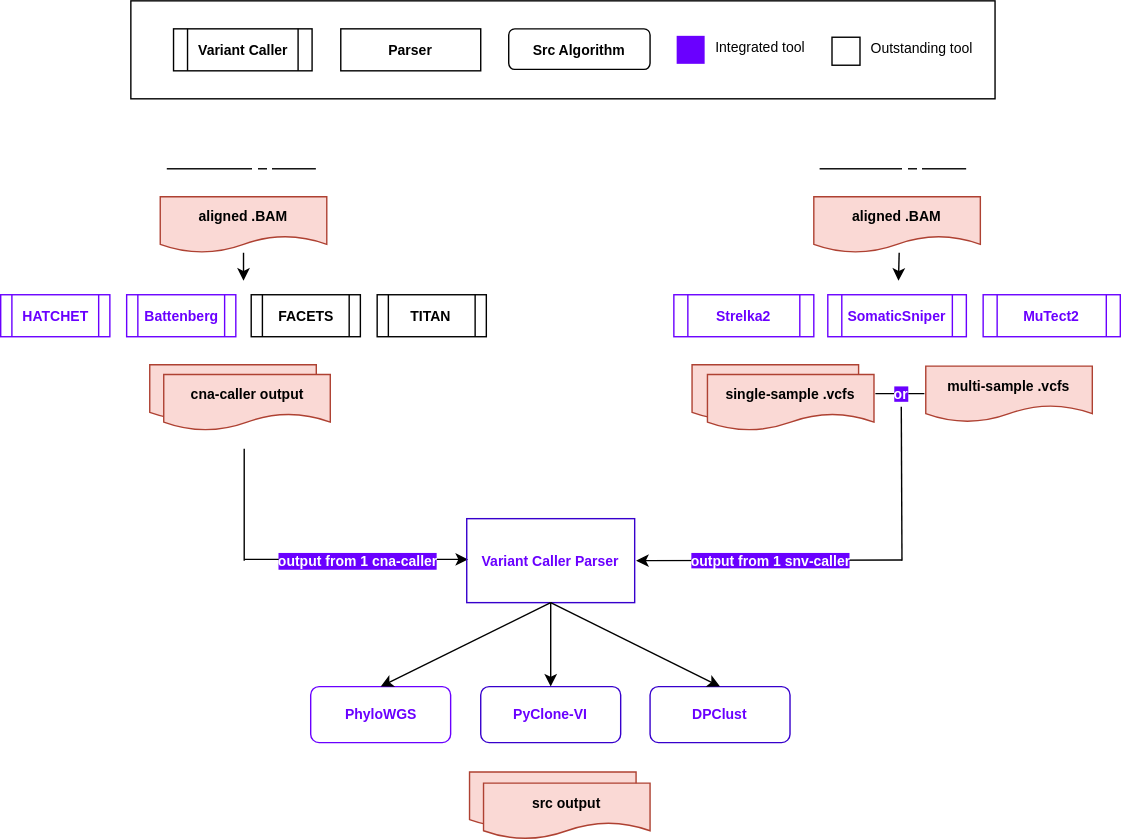
The draw.io diagram plots/proj-seed_workflow.drawio.svg in uclahs-cds/project-method-AlgorithmEvaluation-BNCH-000082-SRCRNDSeed, before a commit. Source tidied: cells renumbered, new cells last; positions are measured from the earlier drawing's top-left corner, leaving out a move shared by most shapes.
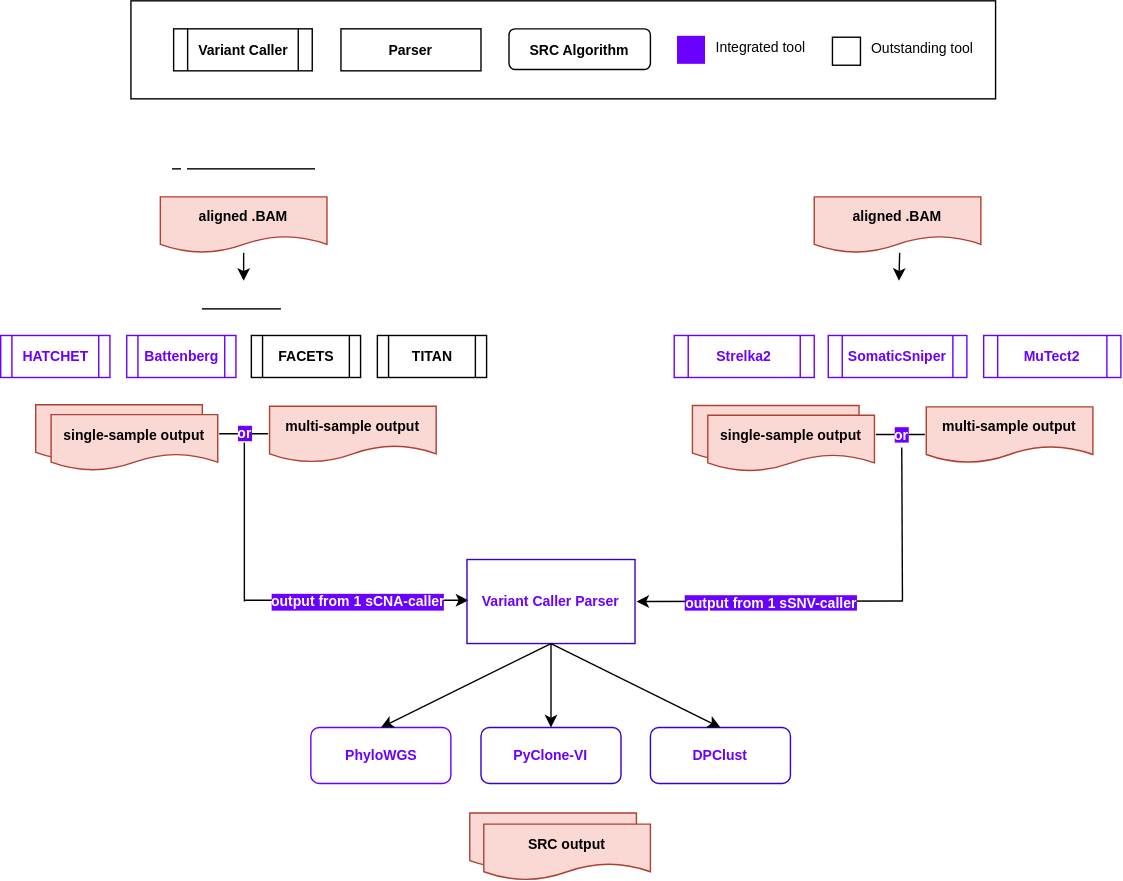
Later version of the same file.

Commit message:
Change pipeline labels

Diff of the diagram source:
```diff
@@ -4,20 +4,20 @@
     <mxCell id="1" parent="0" />
     <mxCell id="2" style="edgeStyle=none;html=1;fontSize=12;" parent="1" edge="1" source="3">
       <mxGeometry relative="1" as="geometry">
-        <mxPoint x="173.5" y="200" as="targetPoint" />
+        <mxPoint x="173.5" y="171" as="targetPoint" />
       </mxGeometry>
     </mxCell>
     <mxCell id="3" value="&lt;font style=&quot;font-size: 10px&quot; color=&quot;#000000&quot;&gt;&lt;b&gt;aligned .BAM&lt;/b&gt;&lt;/font&gt;" style="shape=document;whiteSpace=wrap;html=1;boundedLbl=1;fontSize=12;fillColor=#fad9d5;strokeColor=#ae4132;" parent="1" vertex="1">
-      <mxGeometry x="114" y="140" width="119" height="40" as="geometry" />
+      <mxGeometry x="114" y="111" width="119" height="40" as="geometry" />
     </mxCell>
     <mxCell id="4" style="edgeStyle=none;html=1;fontSize=12;" parent="1" edge="1">
       <mxGeometry relative="1" as="geometry">
-        <mxPoint x="642" y="180" as="sourcePoint" />
-        <mxPoint x="641.5" y="200" as="targetPoint" />
+        <mxPoint x="642" y="151" as="sourcePoint" />
+        <mxPoint x="641.5" y="171" as="targetPoint" />
       </mxGeometry>
     </mxCell>
     <mxCell id="5" value="&lt;font style=&quot;font-size: 10px&quot; color=&quot;#000000&quot;&gt;&lt;b&gt;aligned .BAM&lt;/b&gt;&lt;/font&gt;" style="shape=document;whiteSpace=wrap;html=1;boundedLbl=1;fontSize=12;fillColor=#fad9d5;strokeColor=#ae4132;" parent="1" vertex="1">
-      <mxGeometry x="581" y="140" width="119" height="40" as="geometry" />
+      <mxGeometry x="581" y="111" width="119" height="40" as="geometry" />
     </mxCell>
     <mxCell id="6" value="&lt;font style=&quot;font-size: 10px&quot; color=&quot;#6a00ff&quot;&gt;&lt;b&gt;HATCHET&lt;/b&gt;&lt;/font&gt;" style="shape=process;whiteSpace=wrap;html=1;backgroundOutline=1;fontSize=12;fillColor=none;strokeColor=#6A00FF;" parent="1" vertex="1">
       <mxGeometry y="210" width="78" height="30" as="geometry" />
@@ -40,19 +40,13 @@
     <mxCell id="12" value="&lt;font style=&quot;font-size: 10px&quot; color=&quot;#6a00ff&quot;&gt;&lt;b&gt;Strelka2&lt;/b&gt;&lt;/font&gt;" style="shape=process;whiteSpace=wrap;html=1;backgroundOutline=1;fontSize=12;fillColor=none;strokeColor=#6A00FF;" parent="1" vertex="1">
       <mxGeometry x="481" y="210" width="100" height="30" as="geometry" />
     </mxCell>
-    <mxCell id="13" style="shape=document;whiteSpace=wrap;html=1;boundedLbl=1;fontSize=12;fillColor=#fad9d5;strokeColor=#ae4132;" parent="1" vertex="1">
-      <mxGeometry x="106.5" y="260" width="119" height="40" as="geometry" />
-    </mxCell>
-    <mxCell id="14" value="&lt;font style=&quot;font-size: 10px&quot; color=&quot;#000000&quot;&gt;&lt;b&gt;cna-caller output&lt;/b&gt;&lt;/font&gt;" style="shape=document;whiteSpace=wrap;html=1;boundedLbl=1;fontSize=12;fillColor=#fad9d5;strokeColor=#ae4132;" parent="1" vertex="1">
-      <mxGeometry x="116.5" y="267" width="119" height="40" as="geometry" />
-    </mxCell>
-    <mxCell id="15" value="&lt;font style=&quot;font-size: 10px&quot; color=&quot;#000000&quot;&gt;&lt;b&gt;multi-sample .vcfs&lt;/b&gt;&lt;/font&gt;" style="shape=document;whiteSpace=wrap;html=1;boundedLbl=1;fontSize=12;fillColor=#fad9d5;strokeColor=#ae4132;" parent="1" vertex="1">
+    <mxCell id="15" value="&lt;font style=&quot;font-size: 10px&quot; color=&quot;#000000&quot;&gt;&lt;b&gt;multi-sample output&lt;/b&gt;&lt;/font&gt;" style="shape=document;whiteSpace=wrap;html=1;boundedLbl=1;fontSize=12;fillColor=#fad9d5;strokeColor=#ae4132;" parent="1" vertex="1">
       <mxGeometry x="661" y="261" width="119" height="40" as="geometry" />
     </mxCell>
     <mxCell id="16" style="shape=document;whiteSpace=wrap;html=1;boundedLbl=1;fontSize=12;fillColor=#fad9d5;strokeColor=#ae4132;" parent="1" vertex="1">
       <mxGeometry x="494" y="260" width="119" height="40" as="geometry" />
     </mxCell>
-    <mxCell id="17" value="&lt;span style=&quot;font-size: 10px&quot;&gt;&lt;b&gt;&lt;font color=&quot;#000000&quot;&gt;single-sample .vcfs&lt;/font&gt;&lt;/b&gt;&lt;/span&gt;" style="shape=document;whiteSpace=wrap;html=1;boundedLbl=1;fontSize=12;fillColor=#fad9d5;strokeColor=#ae4132;" parent="1" vertex="1">
+    <mxCell id="17" value="&lt;span style=&quot;font-size: 10px&quot;&gt;&lt;b&gt;&lt;font color=&quot;#000000&quot;&gt;single-sample output&lt;/font&gt;&lt;/b&gt;&lt;/span&gt;" style="shape=document;whiteSpace=wrap;html=1;boundedLbl=1;fontSize=12;fillColor=#fad9d5;strokeColor=#ae4132;" parent="1" vertex="1">
       <mxGeometry x="505" y="267" width="119" height="40" as="geometry" />
     </mxCell>
     <mxCell id="18" style="endArrow=classic;html=1;fontSize=10;" parent="1" edge="1">
@@ -61,13 +55,13 @@
         <mxPoint x="334" y="399.1" as="targetPoint" />
       </mxGeometry>
     </mxCell>
-    <mxCell id="19" value="&lt;b&gt;&lt;font color=&quot;#ffffff&quot;&gt;output from 1 cna-caller&lt;/font&gt;&lt;/b&gt;" style="edgeLabel;html=1;align=center;verticalAlign=middle;fontSize=10;labelBackgroundColor=#6A00FF;" parent="18" vertex="1">
+    <mxCell id="19" value="&lt;b&gt;&lt;font color=&quot;#ffffff&quot;&gt;output from 1 sCNA-caller&lt;/font&gt;&lt;/b&gt;" style="edgeLabel;html=1;align=center;verticalAlign=middle;fontSize=10;labelBackgroundColor=#6A00FF;" parent="18" vertex="1">
       <mxGeometry relative="1" as="geometry" />
     </mxCell>
     <mxCell id="20" style="endArrow=none;html=1;fontSize=10;" parent="1" edge="1">
       <mxGeometry relative="1" as="geometry">
         <mxPoint x="174" y="400" as="sourcePoint" />
-        <mxPoint x="174" y="320" as="targetPoint" />
+        <mxPoint x="174" y="280" as="targetPoint" />
       </mxGeometry>
     </mxCell>
     <mxCell id="21" style="endArrow=classic;html=1;fontSize=10;entryX=1;entryY=0.5;entryDx=0;entryDy=0;labelBackgroundColor=#6A00FF;" parent="1" edge="1">
@@ -76,7 +70,7 @@
         <mxPoint x="454" y="400" as="targetPoint" />
       </mxGeometry>
     </mxCell>
-    <mxCell id="22" value="&lt;font&gt;&lt;b style=&quot;background-color: rgb(106 , 0 , 255)&quot;&gt;output from 1 snv-caller&lt;/b&gt;&lt;/font&gt;" style="edgeLabel;html=1;align=center;verticalAlign=middle;fontSize=10;fontColor=#FFFFFF;labelBackgroundColor=none;" parent="21" vertex="1">
+    <mxCell id="22" value="&lt;font&gt;&lt;b style=&quot;background-color: rgb(106 , 0 , 255)&quot;&gt;output from 1 sSNV-caller&lt;/b&gt;&lt;/font&gt;" style="edgeLabel;html=1;align=center;verticalAlign=middle;fontSize=10;fontColor=#FFFFFF;labelBackgroundColor=none;" parent="21" vertex="1">
       <mxGeometry relative="1" as="geometry" />
     </mxCell>
     <mxCell id="23" value="&lt;font color=&quot;#ffffff&quot;&gt;&lt;b style=&quot;background-color: rgb(106 , 0 , 255)&quot;&gt;&amp;nbsp;or&amp;nbsp;&lt;/b&gt;&lt;/font&gt;" style="endArrow=none;html=1;fontSize=10;exitX=1;exitY=0.5;exitDx=0;exitDy=0;" parent="1" edge="1">
@@ -94,11 +88,11 @@
     <mxCell id="25" style="shape=document;whiteSpace=wrap;html=1;boundedLbl=1;fontSize=12;fillColor=#fad9d5;strokeColor=#ae4132;" parent="1" vertex="1">
       <mxGeometry x="335" y="551" width="119" height="40" as="geometry" />
     </mxCell>
-    <mxCell id="26" value="&lt;font style=&quot;font-size: 10px&quot; color=&quot;#000000&quot;&gt;&lt;b&gt;src output&lt;/b&gt;&lt;/font&gt;" style="shape=document;whiteSpace=wrap;html=1;boundedLbl=1;fontSize=12;fillColor=#fad9d5;strokeColor=#ae4132;" parent="1" vertex="1">
+    <mxCell id="26" value="&lt;font style=&quot;font-size: 10px&quot; color=&quot;#000000&quot;&gt;&lt;b&gt;SRC output&lt;/b&gt;&lt;/font&gt;" style="shape=document;whiteSpace=wrap;html=1;boundedLbl=1;fontSize=12;fillColor=#fad9d5;strokeColor=#ae4132;" parent="1" vertex="1">
       <mxGeometry x="345" y="559" width="119" height="40" as="geometry" />
     </mxCell>
-    <mxCell id="27" value="&lt;b&gt;&lt;u&gt;&lt;font style=&quot;font-size: 12px&quot; color=&quot;#ffffff&quot;&gt;snv-caller pipeline&lt;/font&gt;&lt;/u&gt;&lt;/b&gt;" style="text;html=1;strokeColor=none;fillColor=none;align=center;verticalAlign=middle;whiteSpace=wrap;rounded=0;fontSize=10;" parent="1" vertex="1">
-      <mxGeometry x="581" y="100" width="113.5" height="30" as="geometry" />
+    <mxCell id="27" value="&lt;b&gt;&lt;font style=&quot;font-size: 12px&quot; color=&quot;#ffffff&quot;&gt;&lt;u&gt;pipeline-call-sSNV&lt;/u&gt;&lt;/font&gt;&lt;/b&gt;" style="text;html=1;strokeColor=none;fillColor=none;align=center;verticalAlign=middle;whiteSpace=wrap;rounded=0;fontSize=10;" parent="1" vertex="1">
+      <mxGeometry x="581" y="71" width="113.5" height="30" as="geometry" />
     </mxCell>
     <mxCell id="28" value="&lt;font color=&quot;#6a00ff&quot;&gt;&lt;b&gt;Variant Caller Parser&amp;nbsp;&lt;/b&gt;&lt;/font&gt;" style="rounded=0;whiteSpace=wrap;html=1;fontSize=10;fillColor=none;fontColor=#ffffff;strokeColor=#3700CC;" parent="1" vertex="1">
       <mxGeometry x="333" y="370" width="120" height="60" as="geometry" />
@@ -125,11 +119,11 @@
     <mxCell id="34" style="endArrow=classic;html=1;fontSize=10;entryX=0.5;entryY=0;entryDx=0;entryDy=0;" parent="1" edge="1" source="28" target="29">
       <mxGeometry relative="1" as="geometry" />
     </mxCell>
-    <mxCell id="35" value="&lt;h1 style=&quot;font-size: 12px&quot;&gt;&lt;font color=&quot;#ffffff&quot;&gt;Cna-caller pipeline&lt;/font&gt;&lt;/h1&gt;" style="text;html=1;strokeColor=none;fillColor=none;spacing=5;spacingTop=-20;whiteSpace=wrap;overflow=hidden;rounded=0;fontSize=10;fontStyle=4;" parent="1" vertex="1">
-      <mxGeometry x="114" y="110" width="130" height="20" as="geometry" />
+    <mxCell id="35" value="&lt;h1 style=&quot;font-size: 12px&quot;&gt;&lt;font color=&quot;#ffffff&quot;&gt;pipeline-call-sCNA&lt;/font&gt;&lt;br&gt;&lt;/h1&gt;" style="text;html=1;strokeColor=none;fillColor=none;spacing=5;spacingTop=-20;whiteSpace=wrap;overflow=hidden;rounded=0;fontSize=10;fontStyle=4;" parent="1" vertex="1">
+      <mxGeometry x="114" y="81" width="130" height="20" as="geometry" />
     </mxCell>
     <mxCell id="36" style="group;fillColor=none;" parent="1" vertex="1">
-      <mxGeometry x="105.5" width="617.5" height="70" as="geometry" />
+      <mxGeometry x="105.5" y="-29" width="617.5" height="70" as="geometry" />
     </mxCell>
     <mxCell id="37" style="rounded=0;whiteSpace=wrap;html=1;fontSize=12;strokeColor=default;fillColor=none;" parent="36" vertex="1">
       <mxGeometry x="-12.5" width="617.5" height="70" as="geometry" />
@@ -140,7 +134,7 @@
     <mxCell id="39" value="&lt;b&gt;Parser&lt;/b&gt;" style="rounded=0;whiteSpace=wrap;html=1;fontSize=10;fillColor=none;" parent="36" vertex="1">
       <mxGeometry x="137.5" y="20" width="100" height="30" as="geometry" />
     </mxCell>
-    <mxCell id="40" value="&lt;font style=&quot;font-size: 10px&quot;&gt;&lt;b&gt;Src Algorithm&lt;/b&gt;&lt;/font&gt;" style="rounded=1;whiteSpace=wrap;html=1;fontSize=12;fillColor=none;" parent="36" vertex="1">
+    <mxCell id="40" value="&lt;font style=&quot;font-size: 10px&quot;&gt;&lt;b&gt;SRC Algorithm&lt;/b&gt;&lt;/font&gt;" style="rounded=1;whiteSpace=wrap;html=1;fontSize=12;fillColor=none;" parent="36" vertex="1">
       <mxGeometry x="257.5" y="20" width="101" height="29" as="geometry" />
     </mxCell>
     <mxCell id="41" style="whiteSpace=wrap;html=1;fontSize=10;fillColor=#6A00FF;fontColor=#ffffff;strokeColor=none;" parent="36" vertex="1">
@@ -155,5 +149,26 @@
     <mxCell id="44" value="Outstanding tool" style="text;html=1;strokeColor=none;fillColor=none;align=left;verticalAlign=middle;whiteSpace=wrap;rounded=0;fontSize=10;" parent="36" vertex="1">
       <mxGeometry x="514.5" y="24" width="79" height="20" as="geometry" />
     </mxCell>
+    <mxCell id="45" value="&lt;font style=&quot;font-size: 10px&quot; color=&quot;#000000&quot;&gt;&lt;b&gt;multi-sample output&lt;/b&gt;&lt;/font&gt;" style="shape=document;whiteSpace=wrap;html=1;boundedLbl=1;fontSize=12;fillColor=#fad9d5;strokeColor=#ae4132;" parent="1" vertex="1">
+      <mxGeometry x="192" y="260.5" width="119" height="40" as="geometry" />
+    </mxCell>
+    <mxCell id="46" style="shape=document;whiteSpace=wrap;html=1;boundedLbl=1;fontSize=12;fillColor=#fad9d5;strokeColor=#ae4132;" parent="1" vertex="1">
+      <mxGeometry x="25" y="259.5" width="119" height="40" as="geometry" />
+    </mxCell>
+    <mxCell id="47" value="&lt;span style=&quot;font-size: 10px&quot;&gt;&lt;b&gt;&lt;font color=&quot;#000000&quot;&gt;single-sample output&lt;/font&gt;&lt;/b&gt;&lt;/span&gt;" style="shape=document;whiteSpace=wrap;html=1;boundedLbl=1;fontSize=12;fillColor=#fad9d5;strokeColor=#ae4132;" parent="1" vertex="1">
+      <mxGeometry x="36" y="266.5" width="119" height="40" as="geometry" />
+    </mxCell>
+    <mxCell id="48" value="&lt;font color=&quot;#ffffff&quot;&gt;&lt;b style=&quot;background-color: rgb(106 , 0 , 255)&quot;&gt;&amp;nbsp;or&amp;nbsp;&lt;/b&gt;&lt;/font&gt;" style="endArrow=none;html=1;fontSize=10;exitX=1;exitY=0.5;exitDx=0;exitDy=0;" parent="1" edge="1">
+      <mxGeometry relative="1" as="geometry">
+        <mxPoint x="156" y="280.2" as="sourcePoint" />
+        <mxPoint x="191" y="280.2" as="targetPoint" />
+      </mxGeometry>
+    </mxCell>
+    <mxCell id="49" value="&lt;h1 style=&quot;font-size: 12px&quot;&gt;&lt;font color=&quot;#ffffff&quot;&gt;call-sCNA&lt;/font&gt;&lt;br&gt;&lt;/h1&gt;" style="text;html=1;strokeColor=none;fillColor=none;spacing=5;spacingTop=-20;whiteSpace=wrap;overflow=hidden;rounded=0;fontSize=10;fontStyle=4;" parent="1" vertex="1">
+      <mxGeometry x="139" y="181" width="130" height="20" as="geometry" />
+    </mxCell>
+    <mxCell id="50" value="&lt;b&gt;&lt;font style=&quot;font-size: 12px&quot; color=&quot;#ffffff&quot;&gt;&lt;u&gt;call-sSNV&lt;/u&gt;&lt;/font&gt;&lt;/b&gt;" style="text;html=1;strokeColor=none;fillColor=none;align=center;verticalAlign=middle;whiteSpace=wrap;rounded=0;fontSize=10;" parent="1" vertex="1">
+      <mxGeometry x="586.5" y="171" width="113.5" height="30" as="geometry" />
+    </mxCell>
   </root>
 </mxGraphModel>
```
